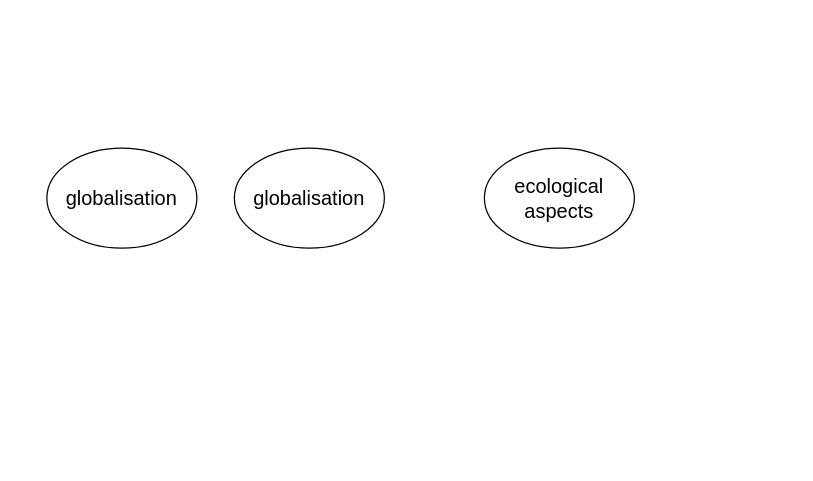
Earlier version of the draw.io diagram _Sonstige_/Diagramme/XML/Mind map Globalisation.drawio (Maxbleibtgeheim/WBS-Norderstedt). Source tidied: cells renumbered, new cells numbered last; positions are measured from the earlier drawing's top-left corner, leaving out a move shared by most shapes. Both pictures are drawn from the tidied source at 125%, with x=0, y=0 at pixel (46, 148).
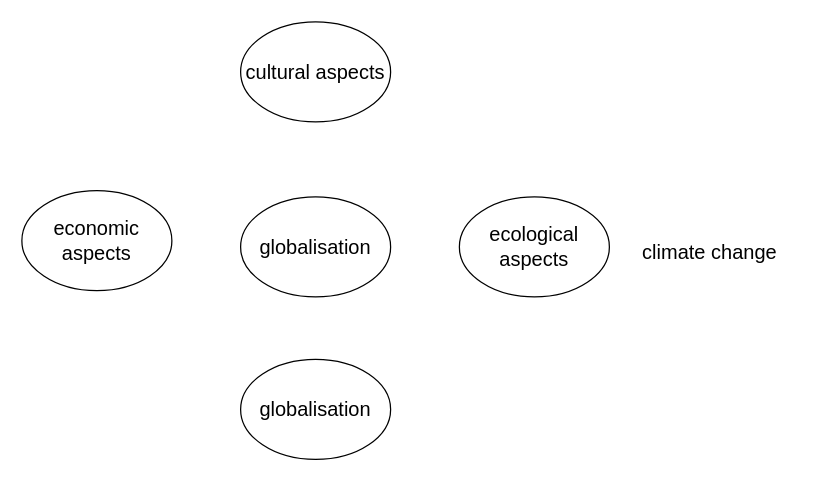
After the change.

Diff of the diagram source:
```diff
@@
 <mxGraphModel>
   <root>
     <mxCell id="0" />
     <mxCell id="1" parent="0" />
     <mxCell id="2" value="&lt;font style=&quot;font-size: 16px;&quot;&gt;globalisation&lt;/font&gt;" style="ellipse;whiteSpace=wrap;html=1;" parent="1" vertex="1">
-      <mxGeometry x="150" width="120" height="80" as="geometry" />
+      <mxGeometry x="155" y="39" width="120" height="80" as="geometry" />
     </mxCell>
     <mxCell id="3" value="&lt;font style=&quot;font-size: 16px;&quot;&gt;ecological aspects&lt;/font&gt;" style="ellipse;whiteSpace=wrap;html=1;" parent="1" vertex="1">
-      <mxGeometry x="350" width="120" height="80" as="geometry" />
+      <mxGeometry x="330" y="39" width="120" height="80" as="geometry" />
     </mxCell>
-    <mxCell id="4" value="&lt;font style=&quot;font-size: 16px;&quot;&gt;globalisation&lt;/font&gt;" style="ellipse;whiteSpace=wrap;html=1;" parent="1" vertex="1">
-      <mxGeometry width="120" height="80" as="geometry" />
+    <mxCell id="4" value="&lt;font style=&quot;font-size: 16px;&quot;&gt;economic aspects&lt;/font&gt;" style="ellipse;whiteSpace=wrap;html=1;" parent="1" vertex="1">
+      <mxGeometry x="-20" y="34" width="120" height="80" as="geometry" />
     </mxCell>
+    <mxCell id="5" value="&lt;font style=&quot;font-size: 16px;&quot;&gt;cultural aspects&lt;/font&gt;" style="ellipse;whiteSpace=wrap;html=1;" parent="1" vertex="1">
+      <mxGeometry x="155" y="-101" width="120" height="80" as="geometry" />
+    </mxCell>
+    <mxCell id="6" value="&lt;font style=&quot;font-size: 16px;&quot;&gt;globalisation&lt;/font&gt;" style="ellipse;whiteSpace=wrap;html=1;" parent="1" vertex="1">
+      <mxGeometry x="155" y="169" width="120" height="80" as="geometry" />
+    </mxCell>
+    <mxCell id="7" value="&lt;font style=&quot;font-size: 16px;&quot;&gt;climate change&lt;/font&gt;" style="text;html=1;align=center;verticalAlign=middle;strokeColor=none;fillColor=none;" parent="1" vertex="1">
+      <mxGeometry x="465" y="68" width="130" height="30" as="geometry" />
+    </mxCell>
   </root>
 </mxGraphModel>
```
